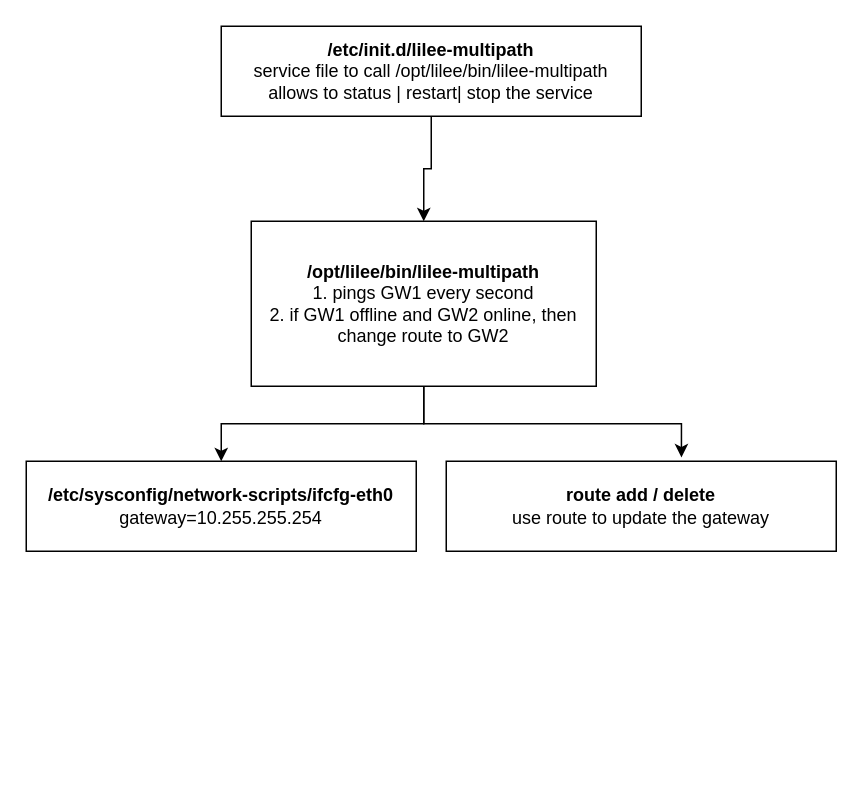
The draw.io diagram multipath.drawio in Artur-at-work/diagrams.net, before the edit. Source tidied: cells renumbered, new cells numbered last; positions are measured from the earlier drawing's top-left corner, leaving out a move shared by most shapes. Both pictures are drawn from the tidied source at 150%, with x=0, y=0 at pixel (26, 26).
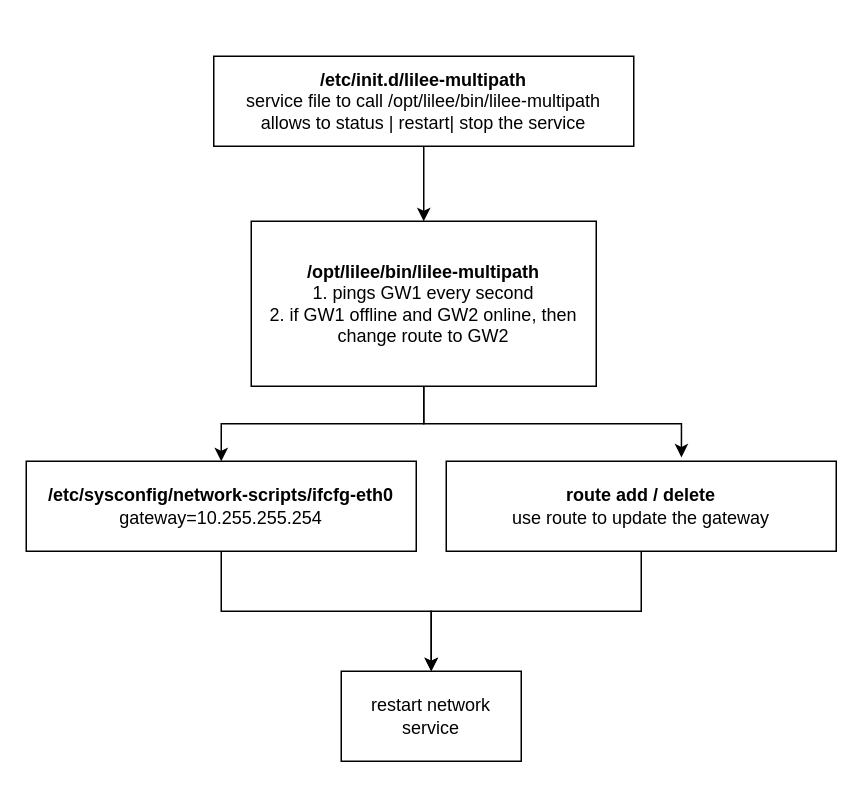
After the change.

Diff of the diagram source:
```diff
@@
 <mxGraphModel>
   <root>
     <mxCell id="0" />
     <mxCell id="1" parent="0" />
     <mxCell id="2" style="edgeStyle=orthogonalEdgeStyle;rounded=0;jettySize=auto;html=1;" parent="1" edge="1" source="3" target="6">
       <mxGeometry relative="1" as="geometry" />
     </mxCell>
     <mxCell id="3" value="&lt;b&gt;/opt/lilee/bin/lilee-multipath&lt;/b&gt;&lt;br&gt;1. pings GW1 every second&lt;br&gt;2. if GW1 offline and GW2 online, then change route to GW2" style="whiteSpace=wrap;html=1;" parent="1" vertex="1">
       <mxGeometry x="150" y="130" width="230" height="110" as="geometry" />
     </mxCell>
     <mxCell id="4" style="edgeStyle=orthogonalEdgeStyle;rounded=0;jettySize=auto;html=1;" parent="1" edge="1" source="5" target="3">
       <mxGeometry relative="1" as="geometry" />
     </mxCell>
     <mxCell id="5" value="&lt;b&gt;/etc/init.d/lilee-multipath&lt;/b&gt;&lt;br&gt;service file to call /opt/lilee/bin/lilee-multipath&lt;br&gt;allows to status | restart| stop the service" style="whiteSpace=wrap;html=1;" parent="1" vertex="1">
-      <mxGeometry x="130" width="280" height="60" as="geometry" />
+      <mxGeometry x="125" y="20" width="280" height="60" as="geometry" />
     </mxCell>
+    <mxCell id="9" style="edgeStyle=orthogonalEdgeStyle;rounded=0;jettySize=auto;html=1;" parent="1" edge="1" source="6" target="11">
+      <mxGeometry relative="1" as="geometry" />
+    </mxCell>
     <mxCell id="6" value="&lt;b&gt;/etc/sysconfig/network-scripts/ifcfg-eth0&lt;/b&gt;&lt;br&gt;gateway=10.255.255.254" style="whiteSpace=wrap;html=1;" parent="1" vertex="1">
       <mxGeometry y="290" width="260" height="60" as="geometry" />
     </mxCell>
+    <mxCell id="10" style="edgeStyle=orthogonalEdgeStyle;rounded=0;jettySize=auto;html=1;" parent="1" edge="1" source="7" target="11">
+      <mxGeometry relative="1" as="geometry" />
+    </mxCell>
     <mxCell id="7" value="&lt;b&gt;route add / delete&lt;/b&gt;&lt;br&gt;use route to update the gateway" style="whiteSpace=wrap;html=1;" parent="1" vertex="1">
       <mxGeometry x="280" y="290" width="260" height="60" as="geometry" />
     </mxCell>
     <mxCell id="8" style="edgeStyle=orthogonalEdgeStyle;rounded=0;jettySize=auto;html=1;entryX=0.603;entryY=-0.043;entryDx=0;entryDy=0;entryPerimeter=0;exitX=0.5;exitY=1;exitDx=0;exitDy=0;" parent="1" edge="1" source="3" target="7">
       <mxGeometry relative="1" as="geometry" />
     </mxCell>
+    <mxCell id="11" value="restart network service" style="whiteSpace=wrap;html=1;" parent="1" vertex="1">
+      <mxGeometry x="210" y="430" width="120" height="60" as="geometry" />
+    </mxCell>
   </root>
 </mxGraphModel>
```
